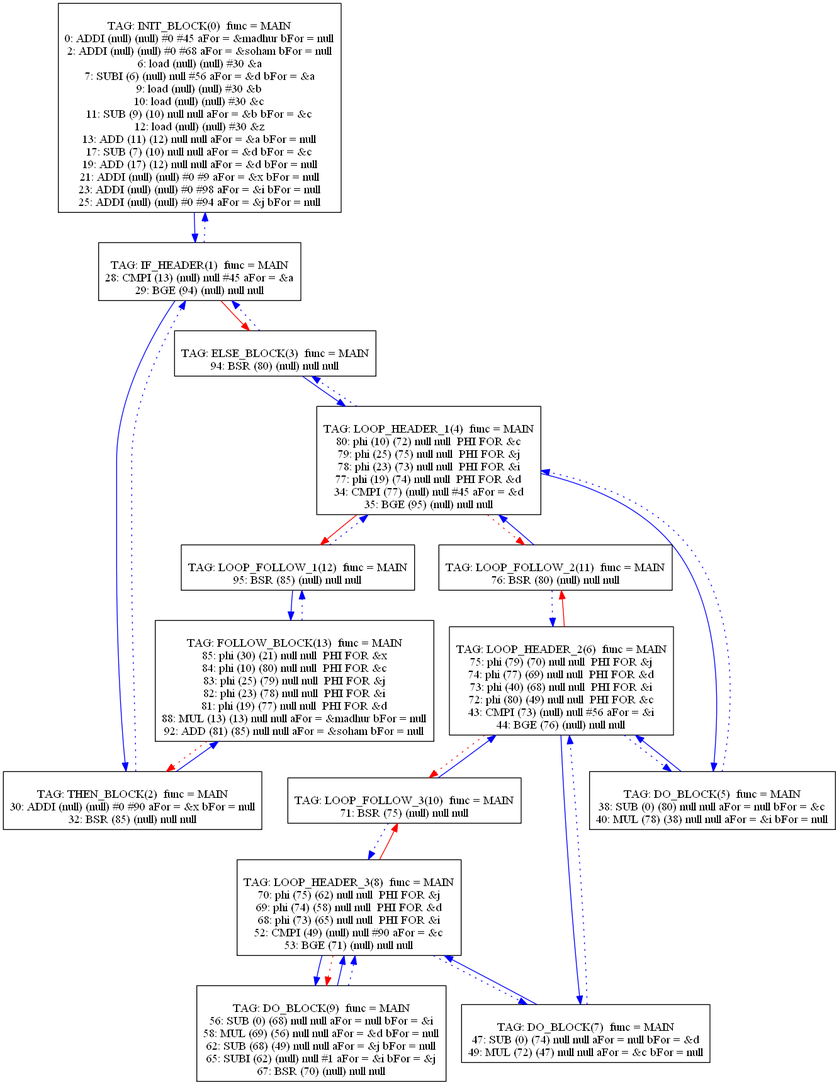
The Graphviz diagram Compiler/graph.png in mbajaj92/Project-Astoria, before a commit. Its source is kept beside it as Compiler/graph.dot.
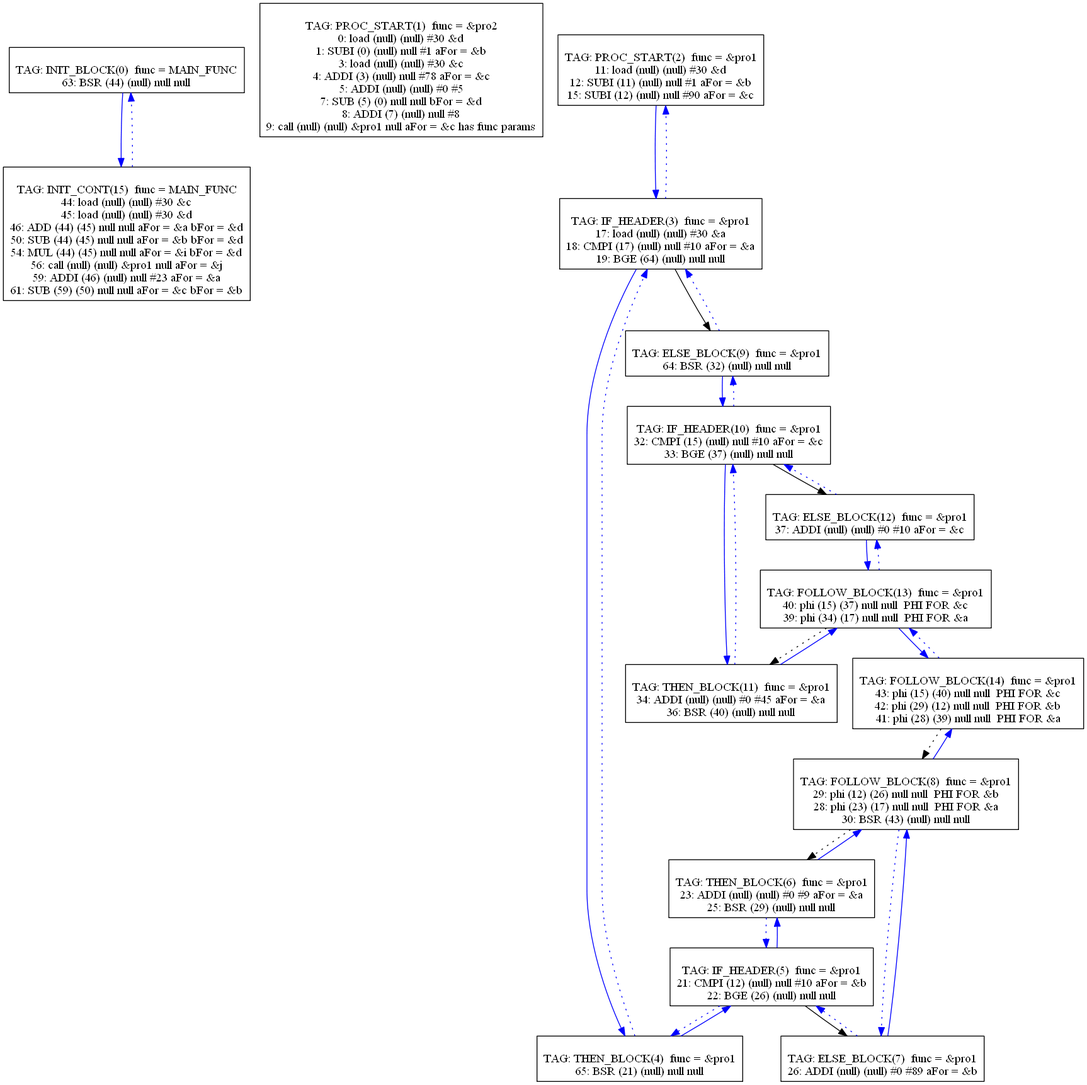
After the commit.

What changed in the source:
```diff
@@ -1,147 +1,141 @@
 digraph {
 0[label="
-TAG: INIT_BLOCK(0)  func = MAIN
-0: ADDI (null) (null) #0 #45 aFor = &madhur bFor = null
-2: ADDI (null) (null) #0 #68 aFor = &soham bFor = null
-6: load (null) (null) #30 &a
-7: SUBI (6) (null) null #56 aFor = &d bFor = &a
-9: load (null) (null) #30 &b
-10: load (null) (null) #30 &c
-11: SUB (9) (10) null null aFor = &b bFor = &c
-12: load (null) (null) #30 &z
-13: ADD (11) (12) null null aFor = &a bFor = null
-17: SUB (7) (10) null null aFor = &d bFor = &c
-19: ADD (17) (12) null null aFor = &d bFor = null
-21: ADDI (null) (null) #0 #9 aFor = &x bFor = null
-23: ADDI (null) (null) #0 #98 aFor = &i bFor = null
-25: ADDI (null) (null) #0 #94 aFor = &j bFor = null
+TAG: INIT_BLOCK(0)  func = MAIN_FUNC
+63: BSR (44) (null) null null
 "];
 0[shape=box];
-0 -> 1[color=blue]
+0 -> 15[color=blue]
 1[label="
-TAG: IF_HEADER(1)  func = MAIN
-28: CMPI (13) (null) null #45 aFor = &a
-29: BGE (94) (null) null null
+TAG: PROC_START(1)  func = &pro2
+0: load (null) (null) #30 &d
+1: SUBI (0) (null) null #1 aFor = &b
+3: load (null) (null) #30 &c
+4: ADDI (3) (null) null #78 aFor = &c
+5: ADDI (null) (null) #0 #5
+7: SUB (5) (0) null null bFor = &d
+8: ADDI (7) (null) null #8
+9: call (null) (null) &pro1 null aFor = &c has func params
 "];
 1[shape=box];
-1 -> 2[color=blue]
-1 -> 3[color=red]
-1 -> 0[color=blue][style=dotted]
 2[label="
-TAG: THEN_BLOCK(2)  func = MAIN
-30: ADDI (null) (null) #0 #90 aFor = &x bFor = null
-32: BSR (85) (null) null null
+TAG: PROC_START(2)  func = &pro1
+11: load (null) (null) #30 &d
+12: SUBI (11) (null) null #1 aFor = &b
+15: SUBI (12) (null) null #90 aFor = &c
 "];
 2[shape=box];
-2 -> 13[color=blue]
-2 -> 1[color=blue][style=dotted]
+2 -> 3[color=blue]
 3[label="
-TAG: ELSE_BLOCK(3)  func = MAIN
-94: BSR (80) (null) null null
+TAG: IF_HEADER(3)  func = &pro1
+17: load (null) (null) #30 &a
+18: CMPI (17) (null) null #10 aFor = &a
+19: BGE (64) (null) null null
 "];
 3[shape=box];
 3 -> 4[color=blue]
-3 -> 1[color=blue][style=dotted]
+3 -> 9[color=black]
+3 -> 2[color=blue][style=dotted]
 4[label="
-TAG: LOOP_HEADER_1(4)  func = MAIN
-80: phi (10) (72) null null  PHI FOR &c
-79: phi (25) (75) null null  PHI FOR &j
-78: phi (23) (73) null null  PHI FOR &i
-77: phi (19) (74) null null  PHI FOR &d
-34: CMPI (77) (null) null #45 aFor = &d
-35: BGE (95) (null) null null
+TAG: THEN_BLOCK(4)  func = &pro1
+65: BSR (21) (null) null null
 "];
 4[shape=box];
 4 -> 5[color=blue]
-4 -> 12[color=red]
 4 -> 3[color=blue][style=dotted]
-4 -> 11[color=red][style=dotted]
 5[label="
-TAG: DO_BLOCK(5)  func = MAIN
-38: SUB (0) (80) null null aFor = null bFor = &c
-40: MUL (78) (38) null null aFor = &i bFor = null
+TAG: IF_HEADER(5)  func = &pro1
+21: CMPI (12) (null) null #10 aFor = &b
+22: BGE (26) (null) null null
 "];
 5[shape=box];
 5 -> 6[color=blue]
+5 -> 7[color=black]
 5 -> 4[color=blue][style=dotted]
 6[label="
-TAG: LOOP_HEADER_2(6)  func = MAIN
-75: phi (79) (70) null null  PHI FOR &j
-74: phi (77) (69) null null  PHI FOR &d
-73: phi (40) (68) null null  PHI FOR &i
-72: phi (80) (49) null null  PHI FOR &c
-43: CMPI (73) (null) null #56 aFor = &i
-44: BGE (76) (null) null null
+TAG: THEN_BLOCK(6)  func = &pro1
+23: ADDI (null) (null) #0 #9 aFor = &a
+25: BSR (29) (null) null null
 "];
 6[shape=box];
-6 -> 7[color=blue]
-6 -> 11[color=red]
+6 -> 8[color=blue]
 6 -> 5[color=blue][style=dotted]
-6 -> 10[color=red][style=dotted]
 7[label="
-TAG: DO_BLOCK(7)  func = MAIN
-47: SUB (0) (74) null null aFor = null bFor = &d
-49: MUL (72) (47) null null aFor = &c bFor = null
+TAG: ELSE_BLOCK(7)  func = &pro1
+26: ADDI (null) (null) #0 #89 aFor = &b
 "];
 7[shape=box];
 7 -> 8[color=blue]
-7 -> 6[color=blue][style=dotted]
+7 -> 5[color=blue][style=dotted]
 8[label="
-TAG: LOOP_HEADER_3(8)  func = MAIN
-70: phi (75) (62) null null  PHI FOR &j
-69: phi (74) (58) null null  PHI FOR &d
-68: phi (73) (65) null null  PHI FOR &i
-52: CMPI (49) (null) null #90 aFor = &c
-53: BGE (71) (null) null null
+TAG: FOLLOW_BLOCK(8)  func = &pro1
+29: phi (12) (26) null null  PHI FOR &b
+28: phi (23) (17) null null  PHI FOR &a
+30: BSR (43) (null) null null
 "];
 8[shape=box];
-8 -> 9[color=blue]
-8 -> 10[color=red]
+8 -> 14[color=blue]
 8 -> 7[color=blue][style=dotted]
-8 -> 9[color=red][style=dotted]
+8 -> 6[color=black][style=dotted]
 9[label="
-TAG: DO_BLOCK(9)  func = MAIN
-56: SUB (0) (68) null null aFor = null bFor = &i
-58: MUL (69) (56) null null aFor = &d bFor = null
-62: SUB (68) (49) null null aFor = &j bFor = null
-65: SUBI (62) (null) null #1 aFor = &i bFor = &j
-67: BSR (70) (null) null null
+TAG: ELSE_BLOCK(9)  func = &pro1
+64: BSR (32) (null) null null
 "];
 9[shape=box];
-9 -> 8[color=blue]
-9 -> 8[color=blue][style=dotted]
+9 -> 10[color=blue]
+9 -> 3[color=blue][style=dotted]
 10[label="
-TAG: LOOP_FOLLOW_3(10)  func = MAIN
-71: BSR (75) (null) null null
+TAG: IF_HEADER(10)  func = &pro1
+32: CMPI (15) (null) null #10 aFor = &c
+33: BGE (37) (null) null null
 "];
 10[shape=box];
-10 -> 6[color=blue]
-10 -> 8[color=blue][style=dotted]
+10 -> 11[color=blue]
+10 -> 12[color=black]
+10 -> 9[color=blue][style=dotted]
 11[label="
-TAG: LOOP_FOLLOW_2(11)  func = MAIN
-76: BSR (80) (null) null null
+TAG: THEN_BLOCK(11)  func = &pro1
+34: ADDI (null) (null) #0 #45 aFor = &a
+36: BSR (40) (null) null null
 "];
 11[shape=box];
-11 -> 4[color=blue]
-11 -> 6[color=blue][style=dotted]
+11 -> 13[color=blue]
+11 -> 10[color=blue][style=dotted]
 12[label="
-TAG: LOOP_FOLLOW_1(12)  func = MAIN
-95: BSR (85) (null) null null
+TAG: ELSE_BLOCK(12)  func = &pro1
+37: ADDI (null) (null) #0 #10 aFor = &c
 "];
 12[shape=box];
 12 -> 13[color=blue]
-12 -> 4[color=blue][style=dotted]
+12 -> 10[color=blue][style=dotted]
 13[label="
-TAG: FOLLOW_BLOCK(13)  func = MAIN
-85: phi (30) (21) null null  PHI FOR &x
-84: phi (10) (80) null null  PHI FOR &c
-83: phi (25) (79) null null  PHI FOR &j
-82: phi (23) (78) null null  PHI FOR &i
-81: phi (19) (77) null null  PHI FOR &d
-88: MUL (13) (13) null null aFor = &madhur bFor = null
-92: ADD (81) (85) null null aFor = &soham bFor = null
+TAG: FOLLOW_BLOCK(13)  func = &pro1
+40: phi (15) (37) null null  PHI FOR &c
+39: phi (34) (17) null null  PHI FOR &a
 "];
 13[shape=box];
+13 -> 14[color=blue]
 13 -> 12[color=blue][style=dotted]
-13 -> 2[color=red][style=dotted]
+13 -> 11[color=black][style=dotted]
+14[label="
+TAG: FOLLOW_BLOCK(14)  func = &pro1
+43: phi (15) (40) null null  PHI FOR &c
+42: phi (29) (12) null null  PHI FOR &b
+41: phi (28) (39) null null  PHI FOR &a
+"];
+14[shape=box];
+14 -> 13[color=blue][style=dotted]
+14 -> 8[color=black][style=dotted]
+15[label="
+TAG: INIT_CONT(15)  func = MAIN_FUNC
+44: load (null) (null) #30 &c
+45: load (null) (null) #30 &d
+46: ADD (44) (45) null null aFor = &a bFor = &d
+50: SUB (44) (45) null null aFor = &b bFor = &d
+54: MUL (44) (45) null null aFor = &i bFor = &d
+56: call (null) (null) &pro1 null aFor = &j
+59: ADDI (46) (null) null #23 aFor = &a
+61: SUB (59) (50) null null aFor = &c bFor = &b
+"];
+15[shape=box];
+15 -> 0[color=blue][style=dotted]
 }
```
